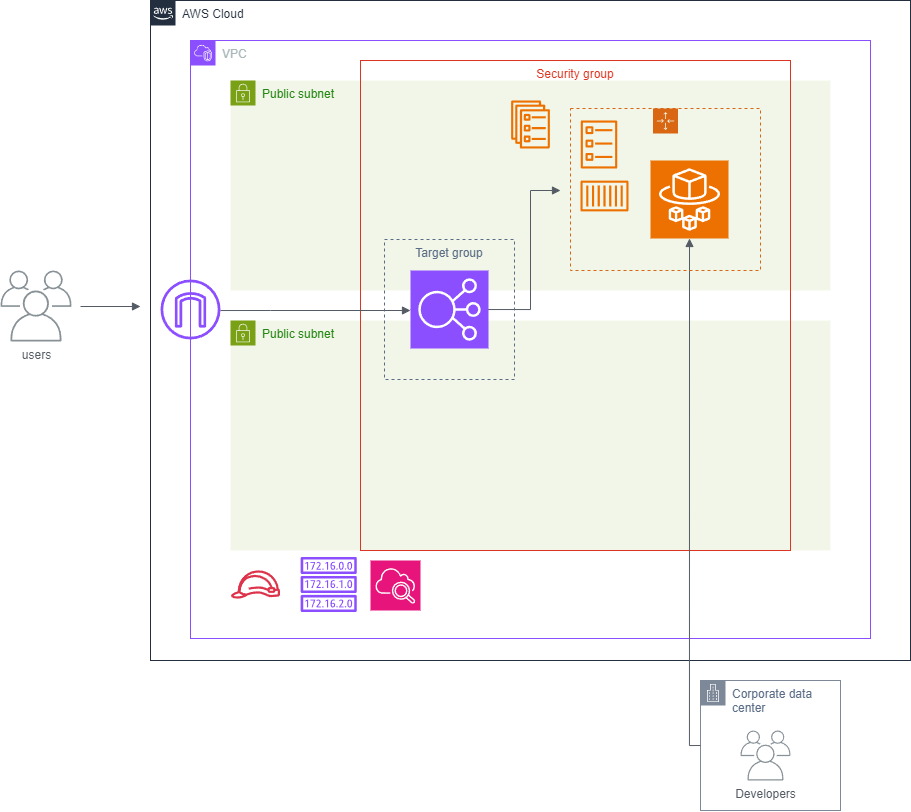
Earlier version of the draw.io export resources/25-terraform-10/25-aws-01.drawio.png (kojikawazu/zenn-article-kk). Source tidied: cells renumbered, new cells last; positions are measured from the earlier drawing's top-left corner, leaving out a move shared by most shapes.
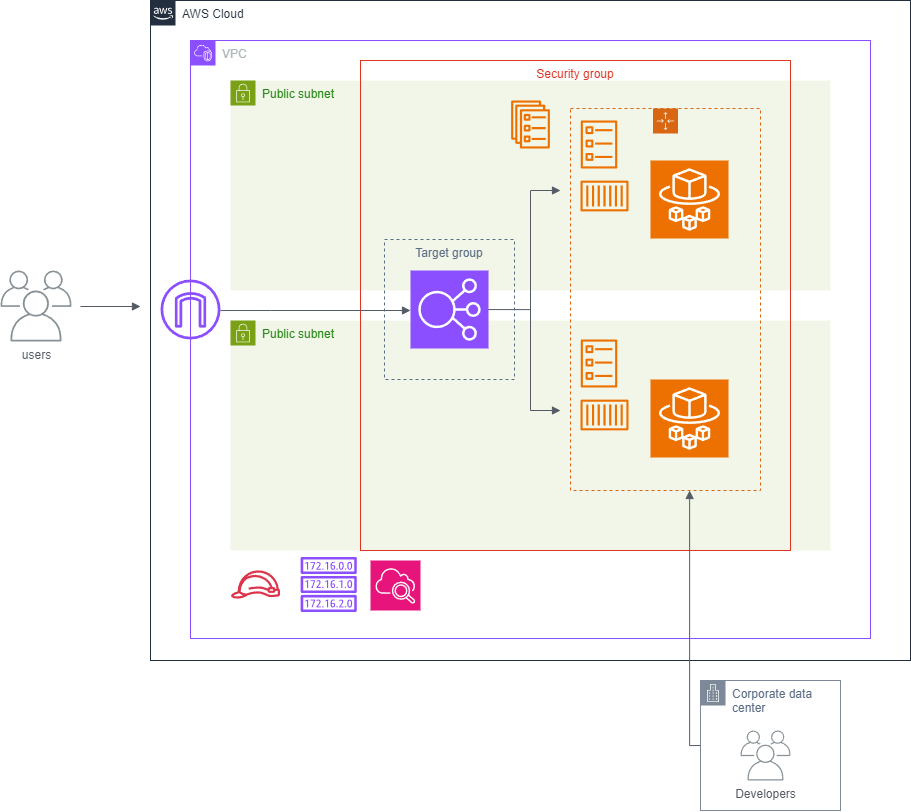
Later version of the same file.

The edit, as a diff of the source:
```diff
@@ -23,6 +23,15 @@
     <mxCell id="8" style="sketch=0;points=[[0,0,0],[0.25,0,0],[0.5,0,0],[0.75,0,0],[1,0,0],[0,1,0],[0.25,1,0],[0.5,1,0],[0.75,1,0],[1,1,0],[0,0.25,0],[0,0.5,0],[0,0.75,0],[1,0.25,0],[1,0.5,0],[1,0.75,0]];outlineConnect=0;fontColor=#232F3E;fillColor=#ED7100;strokeColor=#ffffff;dashed=0;verticalLabelPosition=bottom;verticalAlign=top;align=center;html=1;fontSize=12;fontStyle=0;shape=mxgraph.aws4.resourceIcon;resIcon=mxgraph.aws4.fargate;" parent="5" vertex="1">
       <mxGeometry x="420" y="-160" width="78" height="78" as="geometry" />
     </mxCell>
+    <mxCell id="25" style="edgeStyle=orthogonalEdgeStyle;html=1;endArrow=block;elbow=vertical;startArrow=none;endFill=1;strokeColor=#545B64;rounded=0;" parent="5" edge="1">
+      <mxGeometry relative="1" as="geometry">
+        <mxPoint x="300" y="-30" as="sourcePoint" />
+        <mxPoint x="330" y="90" as="targetPoint" />
+        <Array as="points">
+          <mxPoint x="300" y="90" />
+        </Array>
+      </mxGeometry>
+    </mxCell>
     <mxCell id="9" style="sketch=0;fontColor=#232F3E;gradientColor=none;fillColor=#DD344C;strokeColor=none;dashed=0;verticalLabelPosition=bottom;verticalAlign=top;align=center;html=1;fontSize=12;fontStyle=0;shape=mxgraph.aws4.role;" parent="3" vertex="1">
       <mxGeometry x="40" y="529.9" width="50" height="28.2" as="geometry" />
     </mxCell>
@@ -69,7 +78,7 @@
     <mxCell id="19" value="users" style="sketch=0;gradientColor=none;fontColor=#545B64;strokeColor=none;fillColor=#879196;dashed=0;verticalLabelPosition=bottom;verticalAlign=top;align=center;html=1;fontSize=12;fontStyle=0;shape=mxgraph.aws4.illustration_users;" parent="1" vertex="1">
       <mxGeometry y="270" width="71" height="71" as="geometry" />
     </mxCell>
-    <mxCell id="20" style="edgeStyle=orthogonalEdgeStyle;html=1;endArrow=block;elbow=vertical;startArrow=none;endFill=1;strokeColor=#545B64;rounded=0;exitX=0;exitY=0.5;exitDx=0;exitDy=0;entryX=0.5;entryY=1;entryDx=0;entryDy=0;entryPerimeter=0;" parent="1" edge="1" source="17" target="8">
+    <mxCell id="20" style="edgeStyle=orthogonalEdgeStyle;html=1;endArrow=block;elbow=vertical;startArrow=none;endFill=1;strokeColor=#545B64;rounded=0;exitX=0;exitY=0.5;exitDx=0;exitDy=0;" parent="1" edge="1" source="17" target="24">
       <mxGeometry relative="1" as="geometry">
         <Array as="points">
           <mxPoint x="689" y="745" />
@@ -92,7 +101,16 @@
       <mxGeometry x="580" y="180" width="48" height="31" as="geometry" />
     </mxCell>
     <mxCell id="24" style="points=[[0,0],[0.25,0],[0.5,0],[0.75,0],[1,0],[1,0.25],[1,0.5],[1,0.75],[1,1],[0.75,1],[0.5,1],[0.25,1],[0,1],[0,0.75],[0,0.5],[0,0.25]];outlineConnect=0;gradientColor=none;html=1;whiteSpace=wrap;fontSize=12;fontStyle=0;shape=mxgraph.aws4.groupCenter;grIcon=mxgraph.aws4.group_auto_scaling_group;grStroke=1;strokeColor=#D86613;fillColor=none;verticalAlign=top;align=center;fontColor=#D86613;dashed=1;spacingTop=25;" parent="1" vertex="1">
-      <mxGeometry x="570" y="108" width="190" height="162" as="geometry" />
+      <mxGeometry x="570" y="108" width="190" height="382" as="geometry" />
     </mxCell>
+    <mxCell id="26" style="sketch=0;fontColor=#232F3E;gradientColor=none;fillColor=#ED7100;strokeColor=none;dashed=0;verticalLabelPosition=bottom;verticalAlign=top;align=center;html=1;fontSize=12;fontStyle=0;shape=mxgraph.aws4.ecs_task;" parent="24" vertex="1">
+      <mxGeometry x="10" y="231" width="37" height="48" as="geometry" />
+    </mxCell>
+    <mxCell id="27" style="sketch=0;fontColor=#232F3E;gradientColor=none;fillColor=#ED7100;strokeColor=none;dashed=0;verticalLabelPosition=bottom;verticalAlign=top;align=center;html=1;fontSize=12;fontStyle=0;shape=mxgraph.aws4.container_1;" parent="24" vertex="1">
+      <mxGeometry x="10" y="291" width="48" height="31" as="geometry" />
+    </mxCell>
+    <mxCell id="28" style="sketch=0;fontColor=#232F3E;fillColor=#ED7100;strokeColor=#ffffff;dashed=0;verticalLabelPosition=bottom;verticalAlign=top;align=center;html=1;fontSize=12;fontStyle=0;shape=mxgraph.aws4.resourceIcon;resIcon=mxgraph.aws4.fargate;" parent="24" vertex="1">
+      <mxGeometry x="80" y="271" width="78" height="78" as="geometry" />
+    </mxCell>
   </root>
 </mxGraphModel>
```
